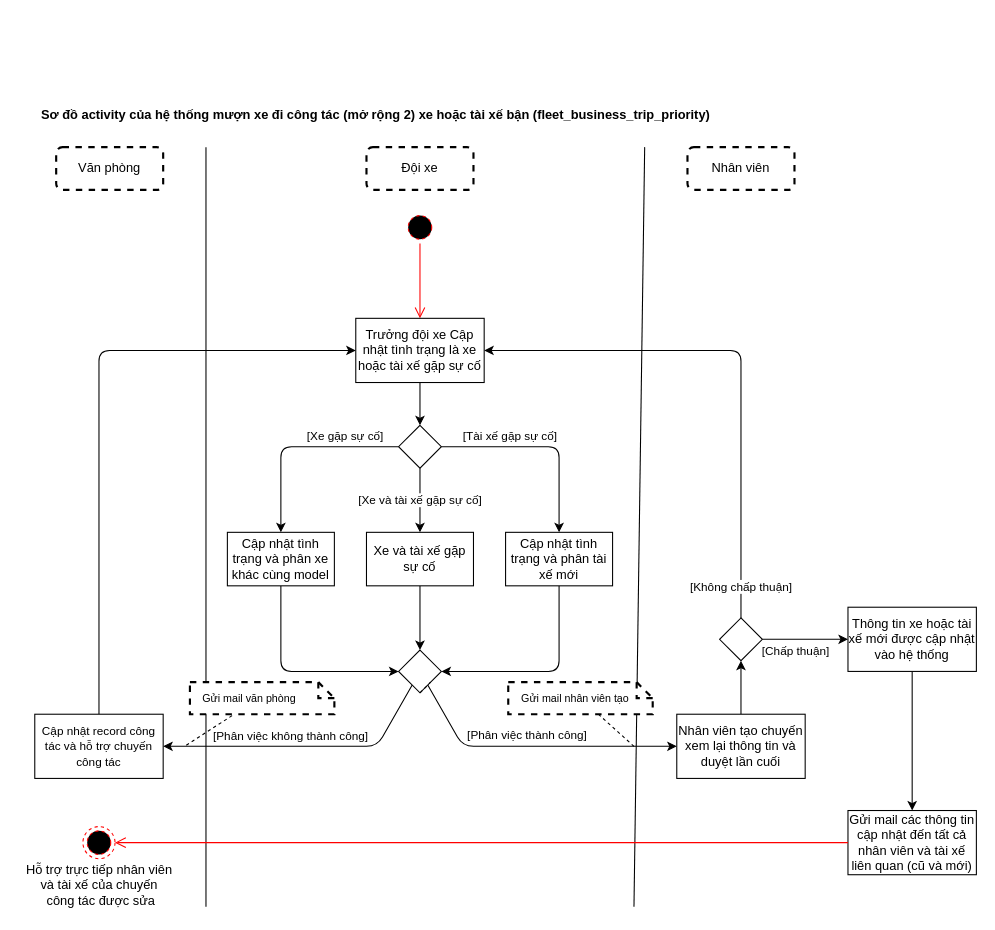
Earlier version of the draw.io diagram uml-diargrams/uml_activity_fleet_business_trip_busy.drawio (NgoHuuNghia/odoo15-digitalocean). Source tidied: cells renumbered, new cells numbered last; positions are measured from the earlier drawing's top-left corner, leaving out a move shared by most shapes. Both pictures are drawn from the tidied source at 107%, with x=0, y=0 at pixel (18, 104).
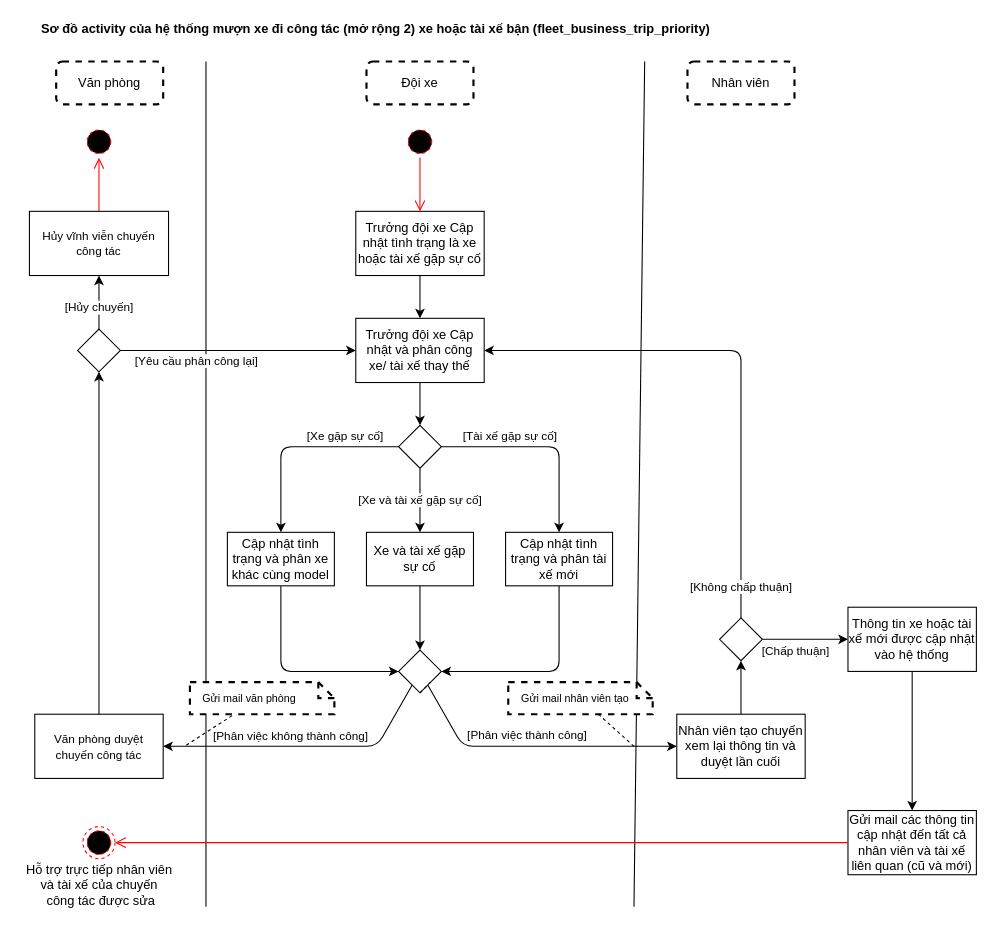
The same page after the edit.

The change refers to these unchanged cells:
```xml
<mxCell id="42" value="&lt;span&gt;Hỗ trợ trực tiếp nhân viên &lt;br&gt;và tài xế của chuyến&lt;br&gt;&amp;nbsp;công tác được sửa&lt;/span&gt;" style="text;html=1;align=center;verticalAlign=middle;points=[];strokeColor=none;fillColor=none;" parent="1" vertex="1">
  <mxGeometry y="705" width="150" height="50" as="geometry" />
</mxCell>
<mxCell id="45" style="ellipse;html=1;shape=endState;fillColor=#000000;strokeColor=#ff0000;dashed=1;" parent="1" vertex="1">
  <mxGeometry x="60" y="675" width="30" height="30" as="geometry" />
</mxCell>
```

What changed in the source:
```diff
@@
     <mxCell id="2" style="endArrow=none;html=1;" parent="1" edge="1">
       <mxGeometry relative="1" as="geometry">
         <mxPoint x="575" y="750" as="sourcePoint" />
-        <mxPoint x="585" y="40" as="targetPoint" />
+        <mxPoint x="585" y="-40" as="targetPoint" />
       </mxGeometry>
     </mxCell>
+    <mxCell id="32" style="endArrow=none;html=1;" parent="1" edge="1">
+      <mxGeometry relative="1" as="geometry">
+        <mxPoint x="175" y="750" as="sourcePoint" />
+        <mxPoint x="175" y="-40" as="targetPoint" />
+      </mxGeometry>
+    </mxCell>
     <mxCell id="3" value="&lt;span&gt;Sơ đồ&amp;nbsp;&lt;/span&gt;activity của hệ thống mượn xe đi công tác (mở rộng 2) xe hoặc tài xế bận (fleet_business_trip_priority)&amp;nbsp;" style="text;html=1;align=center;verticalAlign=middle;strokeColor=none;fillColor=none;fontStyle=1;" parent="1" vertex="1">
-      <mxGeometry x="15" width="640" height="20" as="geometry" />
+      <mxGeometry x="15" y="-80" width="640" height="20" as="geometry" />
     </mxCell>
     <mxCell id="4" value="Nhân viên" style="rounded=1;whiteSpace=wrap;html=1;strokeWidth=2;dashed=1;" parent="1" vertex="1">
-      <mxGeometry x="625" y="40" width="100" height="40" as="geometry" />
+      <mxGeometry x="625" y="-40" width="100" height="40" as="geometry" />
     </mxCell>
     <mxCell id="5" value="Đội xe" style="rounded=1;whiteSpace=wrap;html=1;strokeWidth=2;dashed=1;" parent="1" vertex="1">
-      <mxGeometry x="325" y="40" width="100" height="40" as="geometry" />
+      <mxGeometry x="325" y="-40" width="100" height="40" as="geometry" />
     </mxCell>
     <mxCell id="6" style="ellipse;html=1;shape=startState;fillColor=#000000;strokeColor=#ff0000;dashed=1;" parent="1" vertex="1">
-      <mxGeometry x="360" y="100" width="30" height="30" as="geometry" />
+      <mxGeometry x="360" y="20" width="30" height="30" as="geometry" />
     </mxCell>
-    <mxCell id="7" style="edgeStyle=orthogonalEdgeStyle;html=1;verticalAlign=bottom;endArrow=open;endSize=8;strokeColor=#ff0000;" parent="1" edge="1" source="6" target="9">
+    <mxCell id="7" style="edgeStyle=orthogonalEdgeStyle;html=1;verticalAlign=bottom;endArrow=open;endSize=8;strokeColor=#ff0000;" parent="1" edge="1" source="6" target="47">
       <mxGeometry relative="1" as="geometry" />
     </mxCell>
@@
-    <mxCell id="9" value="Trưởng đội xe Cập nhật tình trạng là xe hoặc tài xế gặp sự cố" style="rounded=0;whiteSpace=wrap;html=1;" parent="1" vertex="1">
+    <mxCell id="9" value="Trưởng đội xe Cập nhật và phân công xe/ tài xế thay thế" style="rounded=0;whiteSpace=wrap;html=1;" parent="1" vertex="1">
       <mxGeometry x="315" y="200" width="120" height="60" as="geometry" />
     </mxCell>
@@
     <mxCell id="29" value="Văn phòng" style="rounded=1;whiteSpace=wrap;html=1;strokeWidth=2;dashed=1;" parent="1" vertex="1">
-      <mxGeometry x="35" y="40" width="100" height="40" as="geometry" />
+      <mxGeometry x="35" y="-40" width="100" height="40" as="geometry" />
     </mxCell>
-    <mxCell id="30" style="edgeStyle=none;html=1;endArrow=classic;endFill=1;" parent="1" edge="1" source="31" target="9">
-      <mxGeometry relative="1" as="geometry">
+    <mxCell id="30" value="[Yêu cầu phân công lại]" style="edgeStyle=none;html=1;endArrow=classic;endFill=1;startArrow=none;" parent="1" edge="1" source="49" target="9">
+      <mxGeometry x="-0.15" y="-10" relative="1" as="geometry">
         <Array as="points">
           <mxPoint x="75" y="230" />
         </Array>
       </mxGeometry>
     </mxCell>
-    <mxCell id="31" value="&lt;span style=&quot;font-size: 11px&quot;&gt;Cập nhật record công tác và hỗ trợ chuyến công tác&lt;/span&gt;" style="whiteSpace=wrap;html=1;" parent="1" vertex="1">
+    <mxCell id="31" value="&lt;span style=&quot;font-size: 11px&quot;&gt;Văn phòng duyệt chuyến công tác&lt;/span&gt;" style="whiteSpace=wrap;html=1;" parent="1" vertex="1">
       <mxGeometry x="15" y="570" width="120" height="60" as="geometry" />
     </mxCell>
-    <mxCell id="32" style="endArrow=none;html=1;" parent="1" edge="1">
-      <mxGeometry relative="1" as="geometry">
-        <mxPoint x="175" y="750" as="sourcePoint" />
-        <mxPoint x="175" y="40" as="targetPoint" />
-      </mxGeometry>
-    </mxCell>
@@
-    <mxCell id="44" style="edgeStyle=none;html=1;endArrow=classic;endFill=1;" parent="1" edge="1" source="45" target="42">
-      <mxGeometry relative="1" as="geometry" />
+    <mxCell id="44" style="edgeStyle=none;html=1;endArrow=classic;endFill=1;" parent="1" edge="1" source="45">
+      <mxGeometry relative="1" as="geometry">
+        <mxPoint x="75" y="705" as="targetPoint" />
+      </mxGeometry>
     </mxCell>
@@
+    <mxCell id="46" style="edgeStyle=none;html=1;" parent="1" edge="1" source="47" target="9">
+      <mxGeometry relative="1" as="geometry" />
+    </mxCell>
+    <mxCell id="47" value="&lt;span&gt;Trưởng đội xe Cập nhật tình trạng là xe hoặc tài xế gặp sự cố&lt;/span&gt;" style="rounded=0;whiteSpace=wrap;html=1;" parent="1" vertex="1">
+      <mxGeometry x="315" y="100" width="120" height="60" as="geometry" />
+    </mxCell>
+    <mxCell id="48" value="[Hủy chuyến]" style="edgeStyle=none;html=1;endArrow=classic;endFill=1;" parent="1" edge="1" source="49" target="52">
+      <mxGeometry x="-0.2" relative="1" as="geometry" />
+    </mxCell>
+    <mxCell id="49" style="rhombus;whiteSpace=wrap;html=1;" parent="1" vertex="1">
+      <mxGeometry x="55" y="210" width="40" height="40" as="geometry" />
+    </mxCell>
+    <mxCell id="50" style="edgeStyle=none;html=1;endArrow=classic;endFill=1;" parent="1" edge="1" source="31" target="49">
+      <mxGeometry relative="1" as="geometry" />
+    </mxCell>
+    <mxCell id="51" style="ellipse;html=1;shape=startState;fillColor=#000000;strokeColor=#ff0000;dashed=1;" parent="1" vertex="1">
+      <mxGeometry x="60" y="20" width="30" height="30" as="geometry" />
+    </mxCell>
+    <mxCell id="52" value="Hủy vĩnh viễn chuyến công tác" style="whiteSpace=wrap;html=1;rounded=0;fontSize=11;" parent="1" vertex="1">
+      <mxGeometry x="10" y="100" width="130" height="60" as="geometry" />
+    </mxCell>
+    <mxCell id="53" style="edgeStyle=orthogonalEdgeStyle;html=1;verticalAlign=bottom;endArrow=open;endSize=8;strokeColor=#ff0000;" parent="1" edge="1" source="52" target="51">
+      <mxGeometry relative="1" as="geometry" />
+    </mxCell>
```
